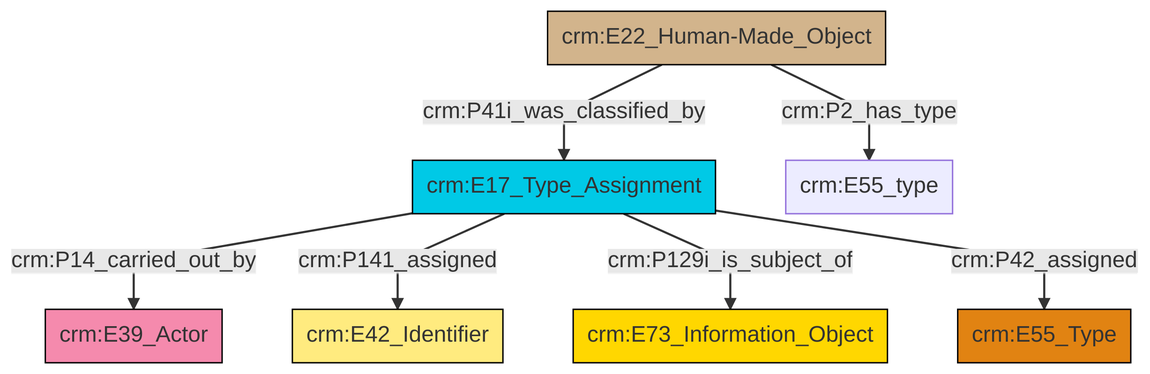
swiss-art-research-net/reference-data-models keeps this Mermaid diagram as et/builtWorkCSV/ttl/mmd/png/Built_Work_designation_status.png. Above is the earlier version. Its source is kept beside it as et/builtWorkCSV/ttl/mmd/Built_Work_designation_status.ttl.mmd.
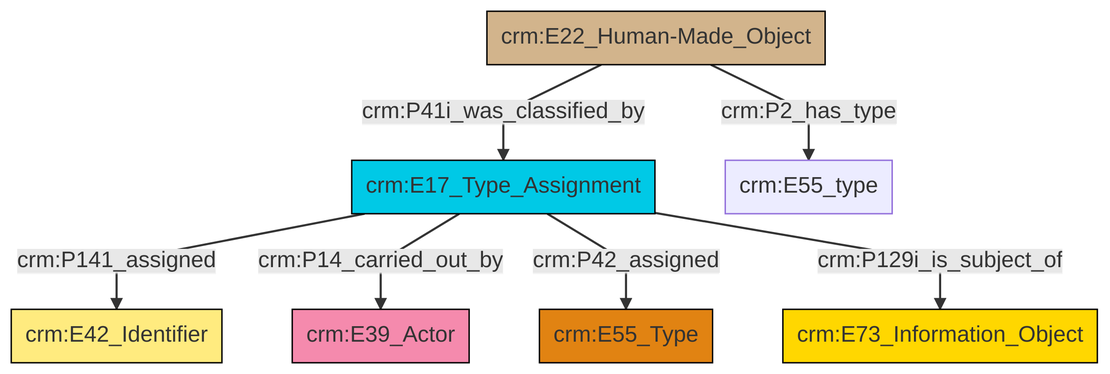
Above is the later version.

Change to the diagram source:
```diff
@@ -13,9 +13,9 @@
 classDef PC_Classes fill:#4ce600, stroke:#000000;
 classDef Multi fill:#cccccc,stroke:#000000;
 
-4["crm:E17_Type_Assignment"]:::Temporal_Entity -->|crm:P14_carried_out_by| 2["crm:E39_Actor"]:::Actor
-4["crm:E17_Type_Assignment"]:::Temporal_Entity -->|crm:P141_assigned| 7["crm:E42_Identifier"]:::Appellation
-0["crm:E22_Human-Made_Object"]:::Physical_Thing -->|crm:P2_has_type| 8["crm:E55_type"]:::Default
-0["crm:E22_Human-Made_Object"]:::Physical_Thing -->|crm:P41i_was_classified_by| 4["crm:E17_Type_Assignment"]:::Temporal_Entity
-4["crm:E17_Type_Assignment"]:::Temporal_Entity -->|crm:P129i_is_subject_of| 5["crm:E73_Information_Object"]:::Conceptual_Object
-4["crm:E17_Type_Assignment"]:::Temporal_Entity -->|crm:P42_assigned| 9["crm:E55_Type"]:::Type
+0["crm:E17_Type_Assignment"]:::Temporal_Entity -->|crm:P141_assigned| 1["crm:E42_Identifier"]:::Appellation
+0["crm:E17_Type_Assignment"]:::Temporal_Entity -->|crm:P14_carried_out_by| 4["crm:E39_Actor"]:::Actor
+9["crm:E22_Human-Made_Object"]:::Physical_Thing -->|crm:P2_has_type| 10["crm:E55_type"]:::Default
+0["crm:E17_Type_Assignment"]:::Temporal_Entity -->|crm:P42_assigned| 5["crm:E55_Type"]:::Type
+9["crm:E22_Human-Made_Object"]:::Physical_Thing -->|crm:P41i_was_classified_by| 0["crm:E17_Type_Assignment"]:::Temporal_Entity
+0["crm:E17_Type_Assignment"]:::Temporal_Entity -->|crm:P129i_is_subject_of| 2["crm:E73_Information_Object"]:::Conceptual_Object
```
